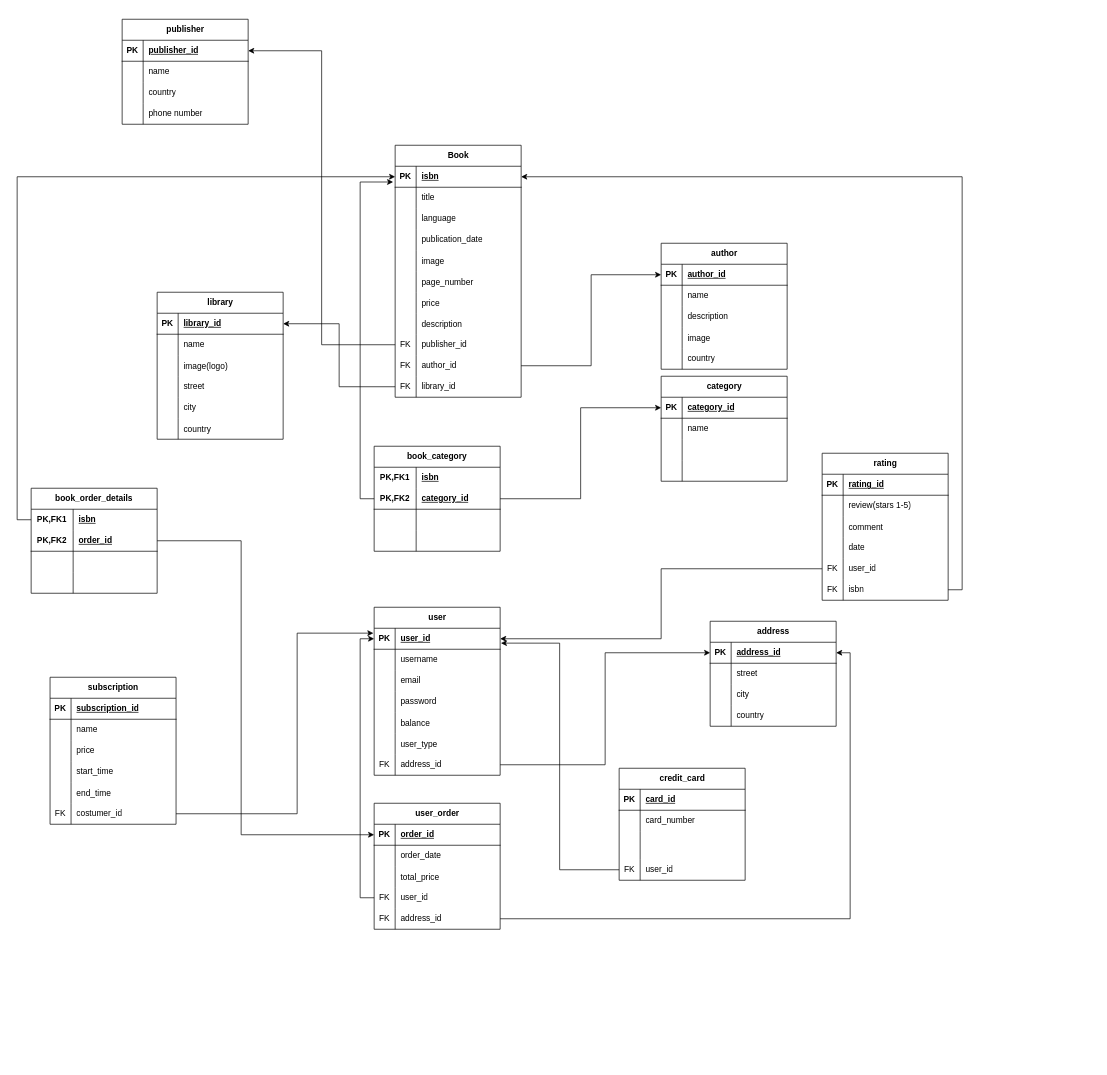
harris-cmega/bookbar-library-app keeps this draw.io diagram as bookbar_db_diagram.drawio. Above is the earlier version. Source tidied: cells renumbered, new cells numbered last; positions are measured from the earlier drawing's top-left corner, leaving out a move shared by most shapes. Both pictures are drawn from the tidied source at 70%, with x=0, y=0 at pixel (31, 19).
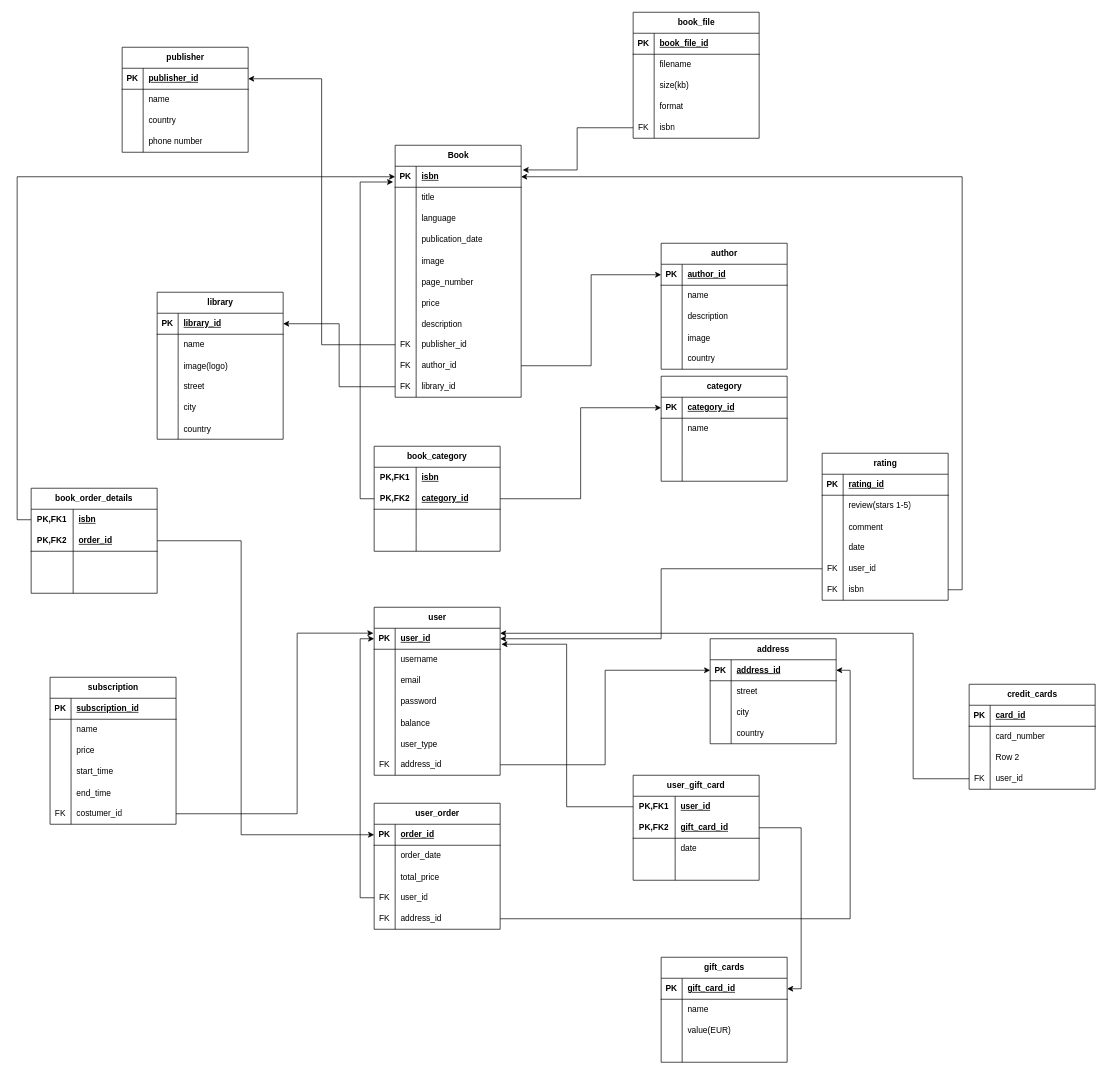
The same diagram, later.

Commit message (it also covers changes not shown here):
Database (12) entities

The change refers to these unchanged cells:
```xml
<mxCell id="3" style="shape=tableRow;horizontal=0;startSize=0;swimlaneHead=0;swimlaneBody=0;fillColor=none;points=[[0,0.5],[1,0.5]];portConstraint=eastwest;top=0;left=0;right=0;bottom=1;" parent="2" vertex="1">
  <mxGeometry y="30" width="180" height="30" as="geometry" />
</mxCell>
<mxCell id="53" style="shape=tableRow;horizontal=0;startSize=0;swimlaneHead=0;swimlaneBody=0;fillColor=none;points=[[0,0.5],[1,0.5]];portConstraint=eastwest;top=0;left=0;right=0;bottom=1;" parent="52" vertex="1">
  <mxGeometry y="30" width="180" height="30" as="geometry" />
</mxCell>
```

Change to the diagram source:
```diff
@@
     <mxCell id="110" value="address" style="shape=table;startSize=30;childLayout=tableLayout;rowLines=0;fontStyle=1;align=center;html=1;" parent="1" vertex="1">
-      <mxGeometry x="970" y="860" width="180" height="150" as="geometry" />
+      <mxGeometry x="970" y="885" width="180" height="150" as="geometry" />
     </mxCell>
@@
     <mxCell id="211" value="publisher" style="shape=table;startSize=30;childLayout=tableLayout;rowLines=0;fontStyle=1;align=center;html=1;" parent="1" vertex="1">
-      <mxGeometry x="130" width="180" height="150" as="geometry" />
+      <mxGeometry x="130" y="40" width="180" height="150" as="geometry" />
     </mxCell>
@@
-    <mxCell id="225" value="credit_card" style="shape=table;startSize=30;childLayout=tableLayout;rowLines=0;fontStyle=1;align=center;html=1;" parent="1" vertex="1">
-      <mxGeometry x="840" y="1070" width="180" height="160" as="geometry" />
-    </mxCell>
-    <mxCell id="226" style="shape=tableRow;horizontal=0;startSize=0;swimlaneHead=0;swimlaneBody=0;fillColor=none;top=0;left=0;right=0;bottom=1;" parent="225" vertex="1">
-      <mxGeometry y="30" width="180" height="30" as="geometry" />
-    </mxCell>
-    <mxCell id="227" value="PK" style="shape=partialRectangle;fillColor=none;top=0;left=0;bottom=0;right=0;fontStyle=1;overflow=hidden;whiteSpace=wrap;html=1;" parent="226" vertex="1">
-      <mxGeometry width="30" height="30" as="geometry" />
-    </mxCell>
+    <mxCell id="239" value="book_file" style="shape=table;startSize=30;childLayout=tableLayout;rowLines=0;fontStyle=1;align=center;html=1;" parent="1" vertex="1">
+      <mxGeometry x="860" y="-10" width="180" height="180" as="geometry" />
+    </mxCell>
+    <mxCell id="240" style="shape=tableRow;horizontal=0;startSize=0;swimlaneHead=0;swimlaneBody=0;fillColor=none;top=0;left=0;right=0;bottom=1;" parent="239" vertex="1">
+      <mxGeometry y="30" width="180" height="30" as="geometry" />
+    </mxCell>
+    <mxCell id="241" value="PK" style="shape=partialRectangle;fillColor=none;top=0;left=0;bottom=0;right=0;fontStyle=1;overflow=hidden;whiteSpace=wrap;html=1;" parent="240" vertex="1">
+      <mxGeometry width="30" height="30" as="geometry" />
+    </mxCell>
+    <mxCell id="242" value="book_file_id" style="shape=partialRectangle;fillColor=none;top=0;left=0;bottom=0;right=0;align=left;spacingLeft=6;fontStyle=5;overflow=hidden;whiteSpace=wrap;html=1;" parent="240" vertex="1">
+      <mxGeometry x="30" width="150" height="30" as="geometry" />
+    </mxCell>
+    <mxCell id="243" style="shape=tableRow;horizontal=0;startSize=0;swimlaneHead=0;swimlaneBody=0;fillColor=none;top=0;left=0;right=0;bottom=0;" parent="239" vertex="1">
+      <mxGeometry y="60" width="180" height="30" as="geometry" />
+    </mxCell>
+    <mxCell id="244" style="shape=partialRectangle;fillColor=none;top=0;left=0;bottom=0;right=0;overflow=hidden;whiteSpace=wrap;html=1;" parent="243" vertex="1">
+      <mxGeometry width="30" height="30" as="geometry" />
+    </mxCell>
+    <mxCell id="245" value="filename" style="shape=partialRectangle;fillColor=none;top=0;left=0;bottom=0;right=0;align=left;spacingLeft=6;overflow=hidden;whiteSpace=wrap;html=1;" parent="243" vertex="1">
+      <mxGeometry x="30" width="150" height="30" as="geometry" />
+    </mxCell>
+    <mxCell id="246" style="shape=tableRow;horizontal=0;startSize=0;swimlaneHead=0;swimlaneBody=0;fillColor=none;top=0;left=0;right=0;bottom=0;" parent="239" vertex="1">
+      <mxGeometry y="90" width="180" height="30" as="geometry" />
+    </mxCell>
+    <mxCell id="247" style="shape=partialRectangle;fillColor=none;top=0;left=0;bottom=0;right=0;overflow=hidden;whiteSpace=wrap;html=1;" parent="246" vertex="1">
+      <mxGeometry width="30" height="30" as="geometry" />
+    </mxCell>
+    <mxCell id="248" value="size(kb)" style="shape=partialRectangle;fillColor=none;top=0;left=0;bottom=0;right=0;align=left;spacingLeft=6;overflow=hidden;whiteSpace=wrap;html=1;" parent="246" vertex="1">
+      <mxGeometry x="30" width="150" height="30" as="geometry" />
+    </mxCell>
+    <mxCell id="249" style="shape=tableRow;horizontal=0;startSize=0;swimlaneHead=0;swimlaneBody=0;fillColor=none;top=0;left=0;right=0;bottom=0;" parent="239" vertex="1">
+      <mxGeometry y="120" width="180" height="30" as="geometry" />
+    </mxCell>
+    <mxCell id="250" style="shape=partialRectangle;fillColor=none;top=0;left=0;bottom=0;right=0;overflow=hidden;whiteSpace=wrap;html=1;" parent="249" vertex="1">
+      <mxGeometry width="30" height="30" as="geometry" />
+    </mxCell>
+    <mxCell id="251" value="format" style="shape=partialRectangle;fillColor=none;top=0;left=0;bottom=0;right=0;align=left;spacingLeft=6;overflow=hidden;whiteSpace=wrap;html=1;" parent="249" vertex="1">
+      <mxGeometry x="30" width="150" height="30" as="geometry" />
+    </mxCell>
+    <mxCell id="252" style="shape=tableRow;horizontal=0;startSize=0;swimlaneHead=0;swimlaneBody=0;fillColor=none;points=[[0,0.5],[1,0.5]];portConstraint=eastwest;top=0;left=0;right=0;bottom=0;" parent="239" vertex="1">
+      <mxGeometry y="150" width="180" height="30" as="geometry" />
+    </mxCell>
+    <mxCell id="253" value="FK" style="shape=partialRectangle;fillColor=none;top=0;left=0;bottom=0;right=0;fontStyle=0;overflow=hidden;whiteSpace=wrap;html=1;" parent="252" vertex="1">
+      <mxGeometry width="30" height="30" as="geometry" />
+    </mxCell>
+    <mxCell id="254" value="isbn" style="shape=partialRectangle;fillColor=none;top=0;left=0;bottom=0;right=0;align=left;spacingLeft=6;fontStyle=0;overflow=hidden;whiteSpace=wrap;html=1;" parent="252" vertex="1">
+      <mxGeometry x="30" width="150" height="30" as="geometry" />
+    </mxCell>
+    <mxCell id="255" style="edgeStyle=orthogonalEdgeStyle;rounded=0;jettySize=auto;html=1;exitX=0;exitY=0.5;exitDx=0;exitDy=0;entryX=1.012;entryY=0.175;entryDx=0;entryDy=0;entryPerimeter=0;" parent="1" edge="1" source="252" target="3">
+      <mxGeometry relative="1" as="geometry" />
+    </mxCell>
+    <mxCell id="256" value="gift_cards" style="shape=table;startSize=30;childLayout=tableLayout;rowLines=0;fontStyle=1;align=center;html=1;" parent="1" vertex="1">
+      <mxGeometry x="900" y="1340" width="180" height="150" as="geometry" />
+    </mxCell>
+    <mxCell id="257" style="shape=tableRow;horizontal=0;startSize=0;swimlaneHead=0;swimlaneBody=0;fillColor=none;points=[[0,0.5],[1,0.5]];portConstraint=eastwest;top=0;left=0;right=0;bottom=1;" parent="256" vertex="1">
+      <mxGeometry y="30" width="180" height="30" as="geometry" />
+    </mxCell>
+    <mxCell id="258" value="PK" style="shape=partialRectangle;fillColor=none;top=0;left=0;bottom=0;right=0;fontStyle=1;overflow=hidden;whiteSpace=wrap;html=1;" parent="257" vertex="1">
+      <mxGeometry width="30" height="30" as="geometry" />
+    </mxCell>
+    <mxCell id="259" value="gift_card_id" style="shape=partialRectangle;fillColor=none;top=0;left=0;bottom=0;right=0;align=left;spacingLeft=6;fontStyle=5;overflow=hidden;whiteSpace=wrap;html=1;" parent="257" vertex="1">
+      <mxGeometry x="30" width="150" height="30" as="geometry" />
+    </mxCell>
+    <mxCell id="260" style="shape=tableRow;horizontal=0;startSize=0;swimlaneHead=0;swimlaneBody=0;fillColor=none;top=0;left=0;right=0;bottom=0;" parent="256" vertex="1">
+      <mxGeometry y="60" width="180" height="30" as="geometry" />
+    </mxCell>
+    <mxCell id="261" style="shape=partialRectangle;fillColor=none;top=0;left=0;bottom=0;right=0;overflow=hidden;whiteSpace=wrap;html=1;" parent="260" vertex="1">
+      <mxGeometry width="30" height="30" as="geometry" />
+    </mxCell>
+    <mxCell id="262" value="name" style="shape=partialRectangle;fillColor=none;top=0;left=0;bottom=0;right=0;align=left;spacingLeft=6;overflow=hidden;whiteSpace=wrap;html=1;" parent="260" vertex="1">
+      <mxGeometry x="30" width="150" height="30" as="geometry" />
+    </mxCell>
+    <mxCell id="263" style="shape=tableRow;horizontal=0;startSize=0;swimlaneHead=0;swimlaneBody=0;fillColor=none;top=0;left=0;right=0;bottom=0;" parent="256" vertex="1">
+      <mxGeometry y="90" width="180" height="30" as="geometry" />
+    </mxCell>
+    <mxCell id="264" style="shape=partialRectangle;fillColor=none;top=0;left=0;bottom=0;right=0;overflow=hidden;whiteSpace=wrap;html=1;" parent="263" vertex="1">
+      <mxGeometry width="30" height="30" as="geometry" />
+    </mxCell>
+    <mxCell id="265" value="value(EUR)" style="shape=partialRectangle;fillColor=none;top=0;left=0;bottom=0;right=0;align=left;spacingLeft=6;overflow=hidden;whiteSpace=wrap;html=1;" parent="263" vertex="1">
+      <mxGeometry x="30" width="150" height="30" as="geometry" />
+    </mxCell>
+    <mxCell id="266" style="shape=tableRow;horizontal=0;startSize=0;swimlaneHead=0;swimlaneBody=0;fillColor=none;top=0;left=0;right=0;bottom=0;" parent="256" vertex="1">
+      <mxGeometry y="120" width="180" height="30" as="geometry" />
+    </mxCell>
+    <mxCell id="267" style="shape=partialRectangle;fillColor=none;top=0;left=0;bottom=0;right=0;overflow=hidden;whiteSpace=wrap;html=1;" parent="266" vertex="1">
+      <mxGeometry width="30" height="30" as="geometry" />
+    </mxCell>
+    <mxCell id="268" style="shape=partialRectangle;fillColor=none;top=0;left=0;bottom=0;right=0;align=left;spacingLeft=6;overflow=hidden;whiteSpace=wrap;html=1;" parent="266" vertex="1">
+      <mxGeometry x="30" width="150" height="30" as="geometry" />
+    </mxCell>
+    <mxCell id="269" value="user_gift_card" style="shape=table;startSize=30;childLayout=tableLayout;rowLines=0;fontStyle=1;align=center;html=1;whiteSpace=wrap;" parent="1" vertex="1">
+      <mxGeometry x="860" y="1080" width="180" height="150" as="geometry" />
+    </mxCell>
+    <mxCell id="270" style="shape=tableRow;horizontal=0;startSize=0;swimlaneHead=0;swimlaneBody=0;fillColor=none;points=[[0,0.5],[1,0.5]];portConstraint=eastwest;top=0;left=0;right=0;bottom=0;html=1;" parent="269" vertex="1">
+      <mxGeometry y="30" width="180" height="30" as="geometry" />
+    </mxCell>
+    <mxCell id="271" value="PK,FK1" style="shape=partialRectangle;fillColor=none;top=0;left=0;bottom=0;right=0;fontStyle=1;overflow=hidden;html=1;whiteSpace=wrap;" parent="270" vertex="1">
+      <mxGeometry width="60" height="30" as="geometry" />
+    </mxCell>
+    <mxCell id="272" value="user_id" style="shape=partialRectangle;fillColor=none;top=0;left=0;bottom=0;right=0;align=left;spacingLeft=6;fontStyle=5;overflow=hidden;html=1;whiteSpace=wrap;" parent="270" vertex="1">
+      <mxGeometry x="60" width="120" height="30" as="geometry" />
+    </mxCell>
+    <mxCell id="273" style="shape=tableRow;horizontal=0;startSize=0;swimlaneHead=0;swimlaneBody=0;fillColor=none;points=[[0,0.5],[1,0.5]];portConstraint=eastwest;top=0;left=0;right=0;bottom=1;html=1;" parent="269" vertex="1">
+      <mxGeometry y="60" width="180" height="30" as="geometry" />
+    </mxCell>
+    <mxCell id="274" value="PK,FK2" style="shape=partialRectangle;fillColor=none;top=0;left=0;bottom=0;right=0;fontStyle=1;overflow=hidden;html=1;whiteSpace=wrap;" parent="273" vertex="1">
+      <mxGeometry width="60" height="30" as="geometry" />
+    </mxCell>
+    <mxCell id="275" value="gift_card_id" style="shape=partialRectangle;fillColor=none;top=0;left=0;bottom=0;right=0;align=left;spacingLeft=6;fontStyle=5;overflow=hidden;html=1;whiteSpace=wrap;" parent="273" vertex="1">
+      <mxGeometry x="60" width="120" height="30" as="geometry" />
+    </mxCell>
+    <mxCell id="276" style="shape=tableRow;horizontal=0;startSize=0;swimlaneHead=0;swimlaneBody=0;fillColor=none;top=0;left=0;right=0;bottom=0;html=1;" parent="269" vertex="1">
+      <mxGeometry y="90" width="180" height="30" as="geometry" />
+    </mxCell>
+    <mxCell id="277" style="shape=partialRectangle;fillColor=none;top=0;left=0;bottom=0;right=0;overflow=hidden;html=1;whiteSpace=wrap;" parent="276" vertex="1">
+      <mxGeometry width="60" height="30" as="geometry" />
+    </mxCell>
+    <mxCell id="278" value="date" style="shape=partialRectangle;fillColor=none;top=0;left=0;bottom=0;right=0;align=left;spacingLeft=6;overflow=hidden;html=1;whiteSpace=wrap;" parent="276" vertex="1">
+      <mxGeometry x="60" width="120" height="30" as="geometry" />
+    </mxCell>
+    <mxCell id="279" style="shape=tableRow;horizontal=0;startSize=0;swimlaneHead=0;swimlaneBody=0;fillColor=none;top=0;left=0;right=0;bottom=0;html=1;" parent="269" vertex="1">
+      <mxGeometry y="120" width="180" height="30" as="geometry" />
+    </mxCell>
+    <mxCell id="280" style="shape=partialRectangle;fillColor=none;top=0;left=0;bottom=0;right=0;overflow=hidden;html=1;whiteSpace=wrap;" parent="279" vertex="1">
+      <mxGeometry width="60" height="30" as="geometry" />
+    </mxCell>
+    <mxCell id="281" style="shape=partialRectangle;fillColor=none;top=0;left=0;bottom=0;right=0;align=left;spacingLeft=6;overflow=hidden;html=1;whiteSpace=wrap;" parent="279" vertex="1">
+      <mxGeometry x="60" width="120" height="30" as="geometry" />
+    </mxCell>
+    <mxCell id="282" style="edgeStyle=orthogonalEdgeStyle;rounded=0;jettySize=auto;html=1;exitX=0;exitY=0.5;exitDx=0;exitDy=0;entryX=1.01;entryY=0.761;entryDx=0;entryDy=0;entryPerimeter=0;" parent="1" edge="1" source="270" target="53">
+      <mxGeometry relative="1" as="geometry" />
+    </mxCell>
+    <mxCell id="283" style="edgeStyle=orthogonalEdgeStyle;rounded=0;jettySize=auto;html=1;exitX=1;exitY=0.5;exitDx=0;exitDy=0;entryX=1;entryY=0.5;entryDx=0;entryDy=0;" parent="1" edge="1" source="273" target="257">
+      <mxGeometry relative="1" as="geometry" />
+    </mxCell>
+    <mxCell id="284" value="credit_cards" style="shape=table;startSize=30;childLayout=tableLayout;rowLines=0;fontStyle=1;align=center;html=1;" parent="1" vertex="1">
+      <mxGeometry x="1340" y="950" width="180" height="150" as="geometry" />
+    </mxCell>
+    <mxCell id="285" style="shape=tableRow;horizontal=0;startSize=0;swimlaneHead=0;swimlaneBody=0;fillColor=none;top=0;left=0;right=0;bottom=1;" parent="284" vertex="1">
+      <mxGeometry y="30" width="180" height="30" as="geometry" />
+    </mxCell>
+    <mxCell id="286" value="PK" style="shape=partialRectangle;fillColor=none;top=0;left=0;bottom=0;right=0;fontStyle=1;overflow=hidden;whiteSpace=wrap;html=1;" parent="285" vertex="1">
+      <mxGeometry width="30" height="30" as="geometry" />
+    </mxCell>
-    <mxCell id="228" value="card_id" style="shape=partialRectangle;fillColor=none;top=0;left=0;bottom=0;right=0;align=left;spacingLeft=6;fontStyle=5;overflow=hidden;whiteSpace=wrap;html=1;" parent="226" vertex="1">
+    <mxCell id="228" value="card_id" style="shape=partialRectangle;fillColor=none;top=0;left=0;bottom=0;right=0;align=left;spacingLeft=6;fontStyle=5;overflow=hidden;whiteSpace=wrap;html=1;" parent="285" vertex="1">
       <mxGeometry x="30" width="150" height="30" as="geometry" />
     </mxCell>
-    <mxCell id="229" style="shape=tableRow;horizontal=0;startSize=0;swimlaneHead=0;swimlaneBody=0;fillColor=none;top=0;left=0;right=0;bottom=0;" parent="225" vertex="1">
-      <mxGeometry y="60" width="180" height="30" as="geometry" />
-    </mxCell>
-    <mxCell id="230" style="shape=partialRectangle;fillColor=none;top=0;left=0;bottom=0;right=0;overflow=hidden;whiteSpace=wrap;html=1;" parent="229" vertex="1">
-      <mxGeometry width="30" height="30" as="geometry" />
-    </mxCell>
+    <mxCell id="287" style="shape=tableRow;horizontal=0;startSize=0;swimlaneHead=0;swimlaneBody=0;fillColor=none;top=0;left=0;right=0;bottom=0;" parent="284" vertex="1">
+      <mxGeometry y="60" width="180" height="30" as="geometry" />
+    </mxCell>
+    <mxCell id="288" style="shape=partialRectangle;fillColor=none;top=0;left=0;bottom=0;right=0;overflow=hidden;whiteSpace=wrap;html=1;" parent="287" vertex="1">
+      <mxGeometry width="30" height="30" as="geometry" />
+    </mxCell>
-    <mxCell id="231" value="card_number" style="shape=partialRectangle;fillColor=none;top=0;left=0;bottom=0;right=0;align=left;spacingLeft=6;overflow=hidden;whiteSpace=wrap;html=1;" parent="229" vertex="1">
+    <mxCell id="231" value="card_number" style="shape=partialRectangle;fillColor=none;top=0;left=0;bottom=0;right=0;align=left;spacingLeft=6;overflow=hidden;whiteSpace=wrap;html=1;" parent="287" vertex="1">
       <mxGeometry x="30" width="150" height="30" as="geometry" />
     </mxCell>
-    <mxCell id="232" style="shape=tableRow;horizontal=0;startSize=0;swimlaneHead=0;swimlaneBody=0;fillColor=none;top=0;left=0;right=0;bottom=0;" parent="225" vertex="1">
-      <mxGeometry y="90" width="180" height="40" as="geometry" />
-    </mxCell>
-    <mxCell id="233" style="shape=partialRectangle;fillColor=none;top=0;left=0;bottom=0;right=0;overflow=hidden;whiteSpace=wrap;html=1;" parent="232" vertex="1">
-      <mxGeometry width="30" height="40" as="geometry" />
-    </mxCell>
-    <mxCell id="234" style="shape=partialRectangle;fillColor=none;top=0;left=0;bottom=0;right=0;align=left;spacingLeft=6;overflow=hidden;whiteSpace=wrap;html=1;" parent="232" vertex="1">
-      <mxGeometry x="30" width="150" height="40" as="geometry" />
-    </mxCell>
-    <mxCell id="235" style="shape=tableRow;horizontal=0;startSize=0;swimlaneHead=0;swimlaneBody=0;fillColor=none;points=[[0,0.5],[1,0.5]];portConstraint=eastwest;top=0;left=0;right=0;bottom=0;" parent="225" vertex="1">
-      <mxGeometry y="130" width="180" height="30" as="geometry" />
-    </mxCell>
+    <mxCell id="289" style="shape=tableRow;horizontal=0;startSize=0;swimlaneHead=0;swimlaneBody=0;fillColor=none;top=0;left=0;right=0;bottom=0;" parent="284" vertex="1">
+      <mxGeometry y="90" width="180" height="30" as="geometry" />
+    </mxCell>
+    <mxCell id="290" style="shape=partialRectangle;fillColor=none;top=0;left=0;bottom=0;right=0;overflow=hidden;whiteSpace=wrap;html=1;" parent="289" vertex="1">
+      <mxGeometry width="30" height="30" as="geometry" />
+    </mxCell>
+    <mxCell id="291" value="Row 2" style="shape=partialRectangle;fillColor=none;top=0;left=0;bottom=0;right=0;align=left;spacingLeft=6;overflow=hidden;whiteSpace=wrap;html=1;" parent="289" vertex="1">
+      <mxGeometry x="30" width="150" height="30" as="geometry" />
+    </mxCell>
+    <mxCell id="292" style="shape=tableRow;horizontal=0;startSize=0;swimlaneHead=0;swimlaneBody=0;fillColor=none;points=[[0,0.5],[1,0.5]];portConstraint=eastwest;top=0;left=0;right=0;bottom=0;" parent="284" vertex="1">
+      <mxGeometry y="120" width="180" height="30" as="geometry" />
+    </mxCell>
-    <mxCell id="236" value="FK" style="shape=partialRectangle;fillColor=none;top=0;left=0;bottom=0;right=0;overflow=hidden;whiteSpace=wrap;html=1;" parent="235" vertex="1">
+    <mxCell id="236" value="FK" style="shape=partialRectangle;fillColor=none;top=0;left=0;bottom=0;right=0;overflow=hidden;whiteSpace=wrap;html=1;" parent="292" vertex="1">
       <mxGeometry width="30" height="30" as="geometry" />
     </mxCell>
-    <mxCell id="237" value="user_id" style="shape=partialRectangle;fillColor=none;top=0;left=0;bottom=0;right=0;align=left;spacingLeft=6;overflow=hidden;whiteSpace=wrap;html=1;" parent="235" vertex="1">
+    <mxCell id="237" value="user_id" style="shape=partialRectangle;fillColor=none;top=0;left=0;bottom=0;right=0;align=left;spacingLeft=6;overflow=hidden;whiteSpace=wrap;html=1;" parent="292" vertex="1">
       <mxGeometry x="30" width="150" height="30" as="geometry" />
     </mxCell>
-    <mxCell id="238" style="edgeStyle=orthogonalEdgeStyle;rounded=0;jettySize=auto;html=1;exitX=0;exitY=0.5;exitDx=0;exitDy=0;entryX=1.006;entryY=0.709;entryDx=0;entryDy=0;entryPerimeter=0;" parent="1" edge="1" source="235" target="53">
-      <mxGeometry relative="1" as="geometry" />
-    </mxCell>
+    <mxCell id="293" style="edgeStyle=orthogonalEdgeStyle;rounded=0;jettySize=auto;html=1;exitX=0;exitY=0.5;exitDx=0;exitDy=0;entryX=1;entryY=0.239;entryDx=0;entryDy=0;entryPerimeter=0;" parent="1" edge="1" source="292" target="53">
+      <mxGeometry relative="1" as="geometry">
+        <Array as="points">
+          <mxPoint x="1260" y="1085" />
+          <mxPoint x="1260" y="877" />
+        </Array>
+      </mxGeometry>
+    </mxCell>
```
